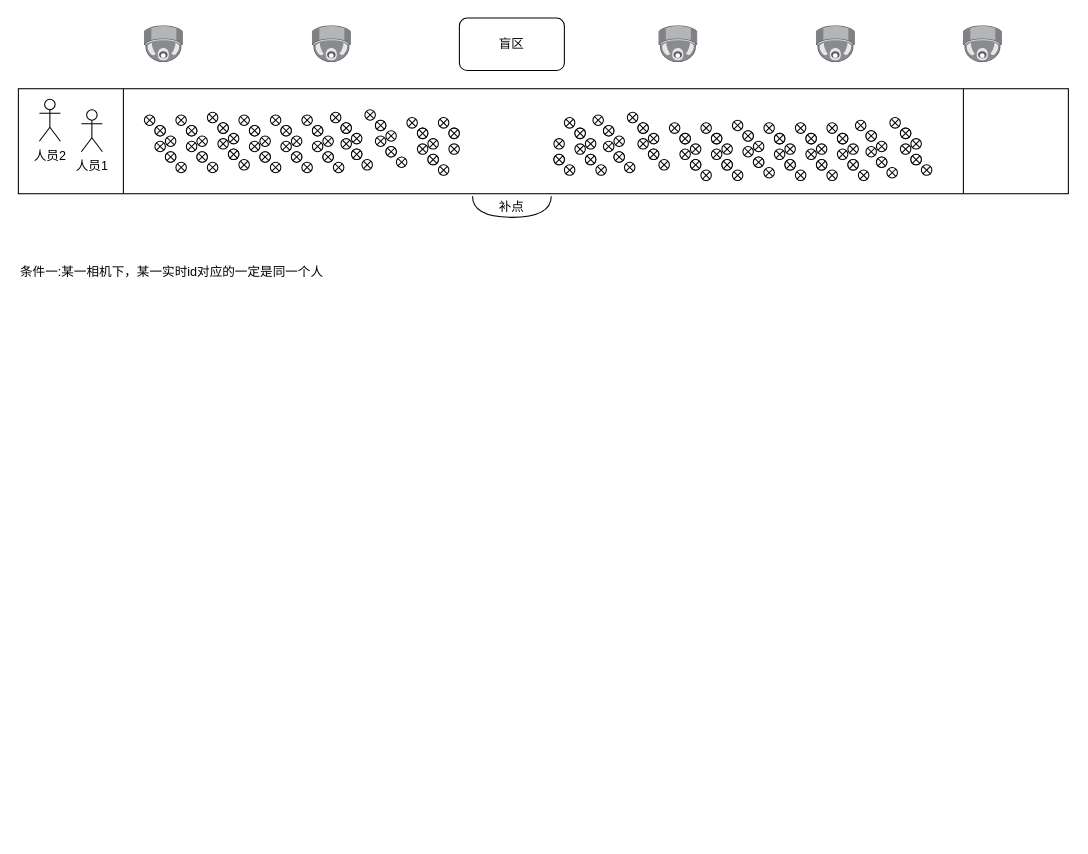
Before: 人脸追踪.drawio in wangyufei0807/draw, a draw.io diagram. Source tidied: cells renumbered, new cells numbered last; positions are measured from the earlier drawing's top-left corner, leaving out a move shared by most shapes. Both pictures are drawn from the tidied source at 105%, with x=0, y=0 at pixel (18, 18).
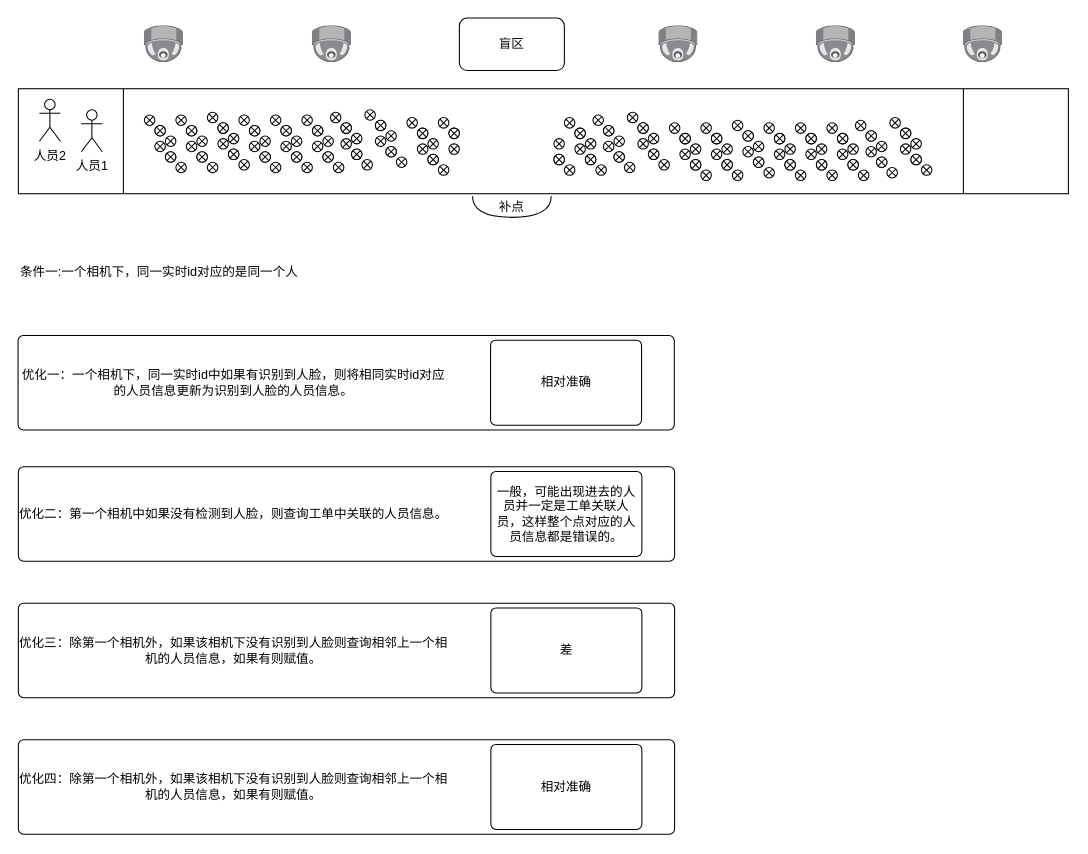
After the change.

Commit message (it also covers changes not shown here):
更新人脸追踪.drawio

What changed in the source:
```diff
@@
-    <mxCell id="179" value="条件一:某一相机下，某一实时id对应的一定是同一个人" style="text;html=1;strokeColor=none;fillColor=none;align=left;verticalAlign=middle;whiteSpace=wrap;rounded=0;" parent="1" vertex="1">
+    <mxCell id="179" value="条件一:一个相机下，同一实时id对应的是同一个人" style="text;html=1;strokeColor=none;fillColor=none;align=left;verticalAlign=middle;whiteSpace=wrap;rounded=0;" parent="1" vertex="1">
       <mxGeometry y="227" width="430" height="30" as="geometry" />
     </mxCell>
@@
+    <mxCell id="182" style="rounded=1;absoluteArcSize=1;html=1;arcSize=10;" parent="1" vertex="1">
+      <mxGeometry x="-0.3" y="302" width="625" height="90" as="geometry" />
+    </mxCell>
+    <mxCell id="183" value="&lt;span style=&quot;text-align: left;&quot;&gt;优化一：一个相机下，同一实时id中如果有识别到人脸，则将相同实时id对应的人员信息更新为识别到人脸的人员信息。&lt;/span&gt;" style="html=1;shape=mxgraph.er.anchor;whiteSpace=wrap;" parent="182" vertex="1">
+      <mxGeometry width="410" height="90" as="geometry" />
+    </mxCell>
+    <mxCell id="184" value="相对准确" style="rounded=1;absoluteArcSize=1;html=1;arcSize=10;whiteSpace=wrap;strokeColor=inherit;fillColor=inherit;" parent="182" vertex="1">
+      <mxGeometry x="450" y="4.5" width="143.8" height="81" as="geometry" />
+    </mxCell>
+    <mxCell id="185" style="rounded=1;absoluteArcSize=1;html=1;arcSize=10;" parent="1" vertex="1">
+      <mxGeometry y="427" width="625" height="90" as="geometry" />
+    </mxCell>
+    <mxCell id="186" value="&lt;span style=&quot;text-align: left;&quot;&gt;优化二：第一个相机中如果没有检测到人脸，则查询工单中关联的人员信息。&lt;/span&gt;" style="html=1;shape=mxgraph.er.anchor;whiteSpace=wrap;" parent="185" vertex="1">
+      <mxGeometry width="410" height="90" as="geometry" />
+    </mxCell>
+    <mxCell id="187" value="一般，可能出现进去的人员并一定是工单关联人员，这样整个点对应的人员信息都是错误的。" style="rounded=1;absoluteArcSize=1;html=1;arcSize=10;whiteSpace=wrap;strokeColor=inherit;fillColor=inherit;" parent="185" vertex="1">
+      <mxGeometry x="450" y="4.5" width="143.8" height="81" as="geometry" />
+    </mxCell>
+    <mxCell id="188" style="rounded=1;absoluteArcSize=1;html=1;arcSize=10;" parent="1" vertex="1">
+      <mxGeometry y="557" width="625" height="90" as="geometry" />
+    </mxCell>
+    <mxCell id="189" value="&lt;span style=&quot;text-align: left;&quot;&gt;优化三：除第一个相机外，如果该相机下没有识别到人脸则查询相邻上一个相机的人员信息，如果有则赋值。&lt;/span&gt;" style="html=1;shape=mxgraph.er.anchor;whiteSpace=wrap;" parent="188" vertex="1">
+      <mxGeometry width="410" height="90" as="geometry" />
+    </mxCell>
+    <mxCell id="190" value="差" style="rounded=1;absoluteArcSize=1;html=1;arcSize=10;whiteSpace=wrap;strokeColor=inherit;fillColor=inherit;" parent="188" vertex="1">
+      <mxGeometry x="450" y="4.5" width="143.8" height="81" as="geometry" />
+    </mxCell>
+    <mxCell id="191" style="rounded=1;absoluteArcSize=1;html=1;arcSize=10;" parent="1" vertex="1">
+      <mxGeometry y="687" width="625" height="90" as="geometry" />
+    </mxCell>
+    <mxCell id="192" value="&lt;span style=&quot;text-align: left;&quot;&gt;优化四：除第一个相机外，如果该相机下没有识别到人脸则查询相邻上一个相机的人员信息，如果有则赋值。&lt;/span&gt;" style="html=1;shape=mxgraph.er.anchor;whiteSpace=wrap;" parent="191" vertex="1">
+      <mxGeometry width="410" height="90" as="geometry" />
+    </mxCell>
+    <mxCell id="193" value="相对准确" style="rounded=1;absoluteArcSize=1;html=1;arcSize=10;whiteSpace=wrap;strokeColor=inherit;fillColor=inherit;" parent="191" vertex="1">
+      <mxGeometry x="450" y="4.5" width="143.8" height="81" as="geometry" />
+    </mxCell>
```
